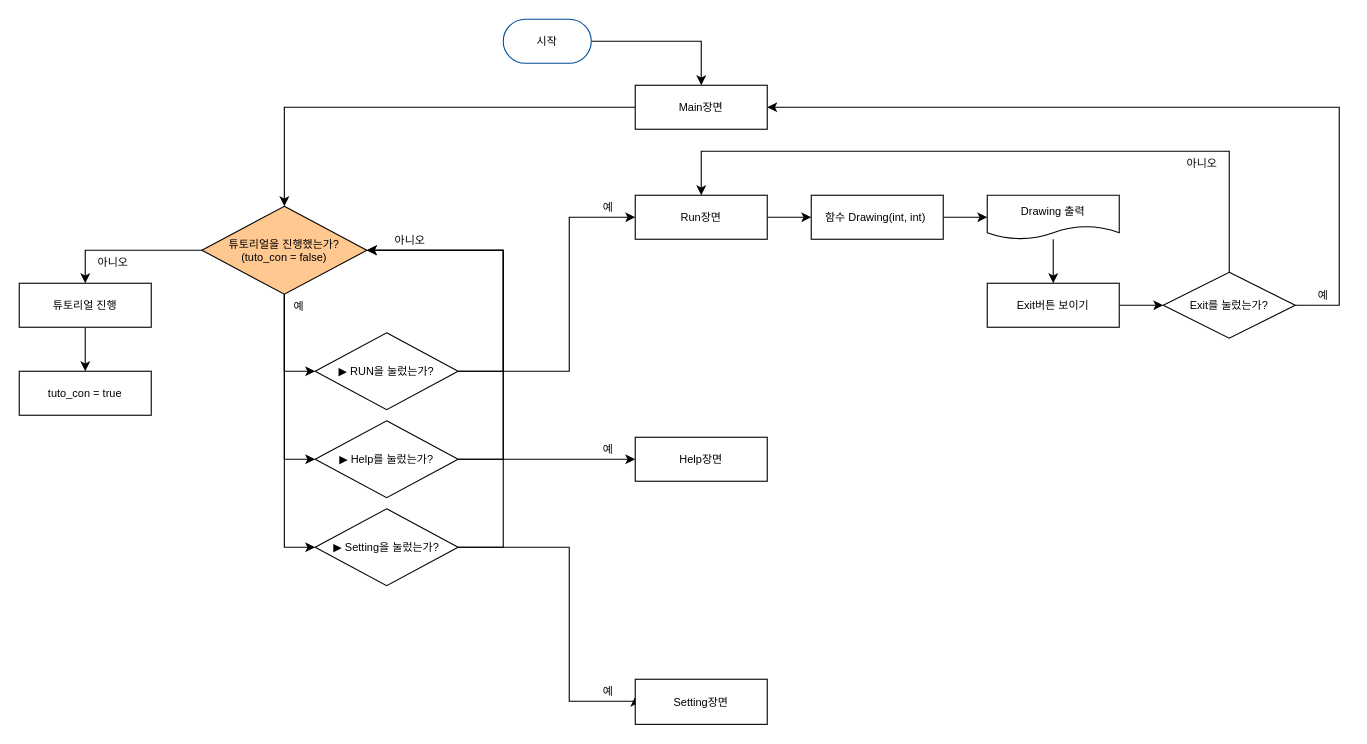
Applepie072/Draw.io keeps this draw.io diagram as AngleFunction_Circle.drawio. Above is the earlier version. Source tidied: cells renumbered, new cells numbered last; positions are measured from the earlier drawing's top-left corner, leaving out a move shared by most shapes. Both pictures are drawn from the tidied source at 110%, with x=0, y=0 at pixel (19, 19).
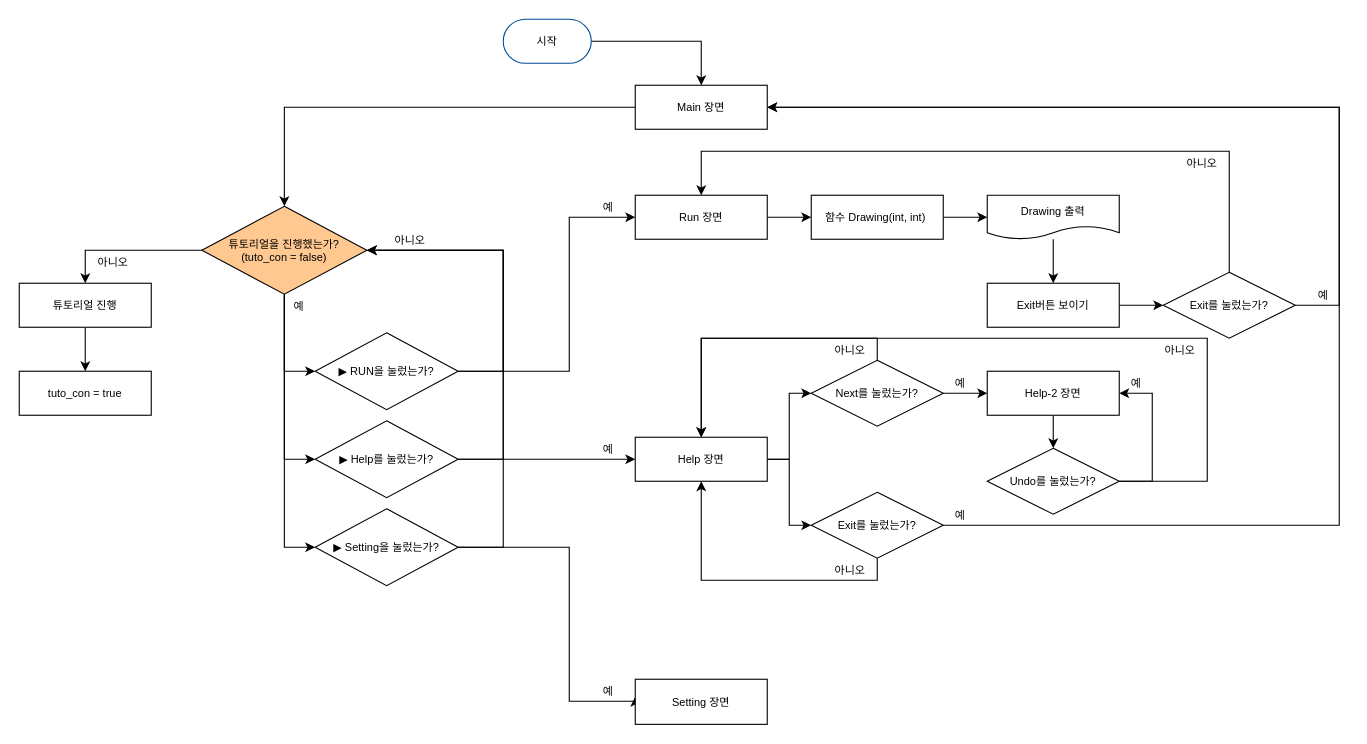
The same page after the edit.

The edit, as a diff of the source:
```diff
@@
-    <mxCell id="25" value="&lt;font style=&quot;font-size: 10px;&quot;&gt;Run장면&lt;/font&gt;" style="whiteSpace=wrap;html=1;fontSize=10;" parent="1" vertex="1">
+    <mxCell id="25" value="&lt;font style=&quot;font-size: 10px;&quot;&gt;Run 장면&lt;/font&gt;" style="whiteSpace=wrap;html=1;fontSize=10;" parent="1" vertex="1">
       <mxGeometry x="560" y="160" width="120" height="40" as="geometry" />
     </mxCell>
+    <mxCell id="44" style="edgeStyle=orthogonalEdgeStyle;rounded=0;jettySize=auto;html=1;entryX=0;entryY=0.5;entryDx=0;entryDy=0;fontSize=10;" parent="1" edge="1" source="26" target="48">
+      <mxGeometry relative="1" as="geometry" />
+    </mxCell>
+    <mxCell id="45" style="edgeStyle=orthogonalEdgeStyle;rounded=0;jettySize=auto;html=1;entryX=0;entryY=0.5;entryDx=0;entryDy=0;fontSize=10;" parent="1" edge="1" source="26" target="51">
+      <mxGeometry relative="1" as="geometry" />
+    </mxCell>
-    <mxCell id="26" value="Help장면" style="whiteSpace=wrap;html=1;fontSize=10;" parent="1" vertex="1">
+    <mxCell id="26" value="Help 장면" style="whiteSpace=wrap;html=1;fontSize=10;" parent="1" vertex="1">
       <mxGeometry x="560" y="380" width="120" height="40" as="geometry" />
     </mxCell>
-    <mxCell id="27" value="Setting장면" style="whiteSpace=wrap;html=1;fontSize=10;" parent="1" vertex="1">
+    <mxCell id="27" value="Setting 장면" style="whiteSpace=wrap;html=1;fontSize=10;" parent="1" vertex="1">
       <mxGeometry x="560" y="600" width="120" height="41" as="geometry" />
     </mxCell>
@@
-    <mxCell id="42" value="Main장면" style="rounded=0;whiteSpace=wrap;html=1;fontSize=10;" parent="1" vertex="1">
+    <mxCell id="42" value="Main 장면" style="rounded=0;whiteSpace=wrap;html=1;fontSize=10;" parent="1" vertex="1">
       <mxGeometry x="560" y="60" width="120" height="40" as="geometry" />
     </mxCell>
@@
+    <mxCell id="46" style="edgeStyle=orthogonalEdgeStyle;rounded=0;jettySize=auto;html=1;fontSize=10;" parent="1" edge="1" source="48" target="26">
+      <mxGeometry relative="1" as="geometry">
+        <Array as="points">
+          <mxPoint x="780" y="290" />
+          <mxPoint x="620" y="290" />
+        </Array>
+      </mxGeometry>
+    </mxCell>
+    <mxCell id="47" style="edgeStyle=orthogonalEdgeStyle;rounded=0;jettySize=auto;html=1;entryX=0;entryY=0.5;entryDx=0;entryDy=0;fontSize=10;" parent="1" edge="1" source="48" target="56">
+      <mxGeometry relative="1" as="geometry" />
+    </mxCell>
+    <mxCell id="48" value="&lt;font style=&quot;font-size: 10px;&quot;&gt;Next를 눌렀는가?&lt;/font&gt;" style="rhombus;whiteSpace=wrap;html=1;" parent="1" vertex="1">
+      <mxGeometry x="720" y="310" width="120" height="60" as="geometry" />
+    </mxCell>
+    <mxCell id="49" style="edgeStyle=orthogonalEdgeStyle;rounded=0;jettySize=auto;html=1;entryX=1;entryY=0.5;entryDx=0;entryDy=0;fontSize=10;" parent="1" edge="1" source="51" target="42">
+      <mxGeometry relative="1" as="geometry">
+        <Array as="points">
+          <mxPoint x="1200" y="460" />
+          <mxPoint x="1200" y="80" />
+        </Array>
+      </mxGeometry>
+    </mxCell>
+    <mxCell id="50" style="edgeStyle=orthogonalEdgeStyle;rounded=0;jettySize=auto;html=1;fontSize=10;" parent="1" edge="1" source="51" target="26">
+      <mxGeometry relative="1" as="geometry">
+        <Array as="points">
+          <mxPoint x="780" y="510" />
+          <mxPoint x="620" y="510" />
+        </Array>
+      </mxGeometry>
+    </mxCell>
+    <mxCell id="51" value="&lt;font style=&quot;font-size: 10px;&quot;&gt;Exit를 눌렀는가?&lt;/font&gt;" style="rhombus;whiteSpace=wrap;html=1;" parent="1" vertex="1">
+      <mxGeometry x="720" y="430" width="120" height="60" as="geometry" />
+    </mxCell>
+    <mxCell id="52" value="예" style="text;html=1;align=center;verticalAlign=middle;strokeColor=none;fillColor=none;fontSize=10;fontFamily=Tahoma;" parent="1" vertex="1">
+      <mxGeometry x="840" y="440" width="30" height="20" as="geometry" />
+    </mxCell>
+    <mxCell id="53" value="아니오" style="text;html=1;align=center;verticalAlign=middle;strokeColor=none;fillColor=none;fontSize=10;fontFamily=Tahoma;" parent="1" vertex="1">
+      <mxGeometry x="730" y="490" width="50" height="20" as="geometry" />
+    </mxCell>
+    <mxCell id="54" value="아니오" style="text;html=1;align=center;verticalAlign=middle;strokeColor=none;fillColor=none;fontSize=10;fontFamily=Tahoma;" parent="1" vertex="1">
+      <mxGeometry x="730" y="290" width="50" height="20" as="geometry" />
+    </mxCell>
+    <mxCell id="55" style="edgeStyle=orthogonalEdgeStyle;rounded=0;jettySize=auto;html=1;entryX=0.5;entryY=0;entryDx=0;entryDy=0;fontSize=10;" parent="1" edge="1" source="56" target="59">
+      <mxGeometry relative="1" as="geometry" />
+    </mxCell>
+    <mxCell id="56" value="&lt;font style=&quot;font-size: 10px;&quot;&gt;Help-2 장면&lt;/font&gt;" style="whiteSpace=wrap;html=1;" parent="1" vertex="1">
+      <mxGeometry x="880" y="320" width="120" height="40" as="geometry" />
+    </mxCell>
+    <mxCell id="57" style="edgeStyle=orthogonalEdgeStyle;rounded=0;jettySize=auto;html=1;entryX=0.5;entryY=0;entryDx=0;entryDy=0;fontSize=10;" parent="1" edge="1" source="59" target="26">
+      <mxGeometry relative="1" as="geometry">
+        <Array as="points">
+          <mxPoint x="1080" y="420" />
+          <mxPoint x="1080" y="290" />
+          <mxPoint x="620" y="290" />
+        </Array>
+      </mxGeometry>
+    </mxCell>
+    <mxCell id="58" style="edgeStyle=orthogonalEdgeStyle;rounded=0;jettySize=auto;html=1;entryX=1;entryY=0.5;entryDx=0;entryDy=0;fontSize=10;" parent="1" edge="1" source="59" target="56">
+      <mxGeometry relative="1" as="geometry">
+        <Array as="points">
+          <mxPoint x="1030" y="420" />
+          <mxPoint x="1030" y="340" />
+        </Array>
+      </mxGeometry>
+    </mxCell>
+    <mxCell id="59" value="&lt;font style=&quot;font-size: 10px;&quot;&gt;Undo를 눌렀는가?&lt;/font&gt;" style="rhombus;whiteSpace=wrap;html=1;" parent="1" vertex="1">
+      <mxGeometry x="880" y="390" width="120" height="60" as="geometry" />
+    </mxCell>
+    <mxCell id="60" value="예" style="text;html=1;align=center;verticalAlign=middle;strokeColor=none;fillColor=none;fontSize=10;fontFamily=Tahoma;" parent="1" vertex="1">
+      <mxGeometry x="1000" y="320" width="30" height="20" as="geometry" />
+    </mxCell>
+    <mxCell id="61" value="예" style="text;html=1;align=center;verticalAlign=middle;strokeColor=none;fillColor=none;fontSize=10;fontFamily=Tahoma;" parent="1" vertex="1">
+      <mxGeometry x="840" y="320" width="30" height="20" as="geometry" />
+    </mxCell>
+    <mxCell id="62" value="아니오" style="text;html=1;align=center;verticalAlign=middle;strokeColor=none;fillColor=none;fontSize=10;fontFamily=Tahoma;" parent="1" vertex="1">
+      <mxGeometry x="1030" y="290" width="50" height="20" as="geometry" />
+    </mxCell>
```
